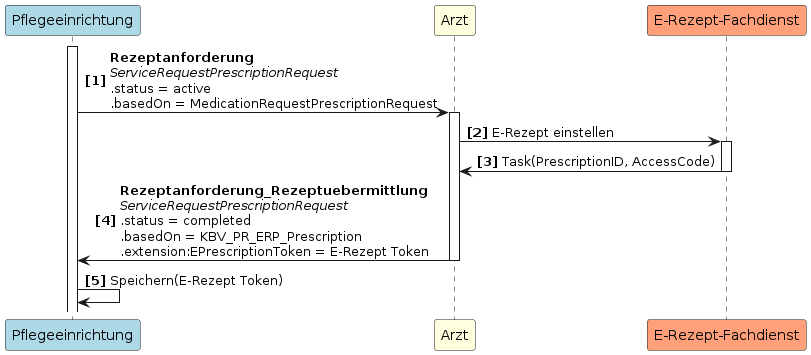
Above: guides/ig-rezeptanforderung/images/puml_images/UC1_1.png in gematik/spec-E-Rezept-ServiceRequest (PlantUML), before the change.
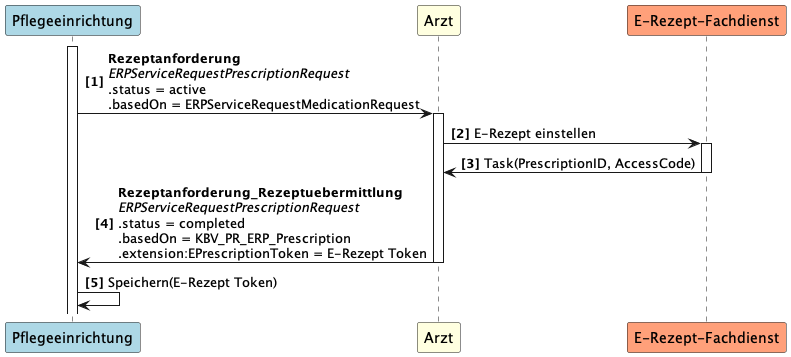
The same diagram one commit later.

What changed in the source:
```diff
@@ -5,9 +5,9 @@
 participant "E-Rezept-Fachdienst" as FD #LightSalmon
 
 activate PE
-PE -> A++: <b>Rezeptanforderung \n<i>ServiceRequestPrescriptionRequest \n.status = active \n.basedOn = MedicationRequestPrescriptionRequest
+PE -> A++: <b>Rezeptanforderung \n<i>ERPServiceRequestPrescriptionRequest \n.status = active \n.basedOn = ERPServiceRequestMedicationRequest
 A -> FD++: E-Rezept einstellen
 FD -> A--: Task(PrescriptionID, AccessCode)
-A -> PE--: <b>Rezeptanforderung_Rezeptuebermittlung\n<i>ServiceRequestPrescriptionRequest \n.status = completed \n.basedOn = KBV_PR_ERP_Prescription \n.extension:EPrescriptionToken = E-Rezept Token
+A -> PE--: <b>Rezeptanforderung_Rezeptuebermittlung\n<i>ERPServiceRequestPrescriptionRequest \n.status = completed \n.basedOn = KBV_PR_ERP_Prescription \n.extension:EPrescriptionToken = E-Rezept Token
 PE -> PE: Speichern(E-Rezept Token)
 @enduml
```
